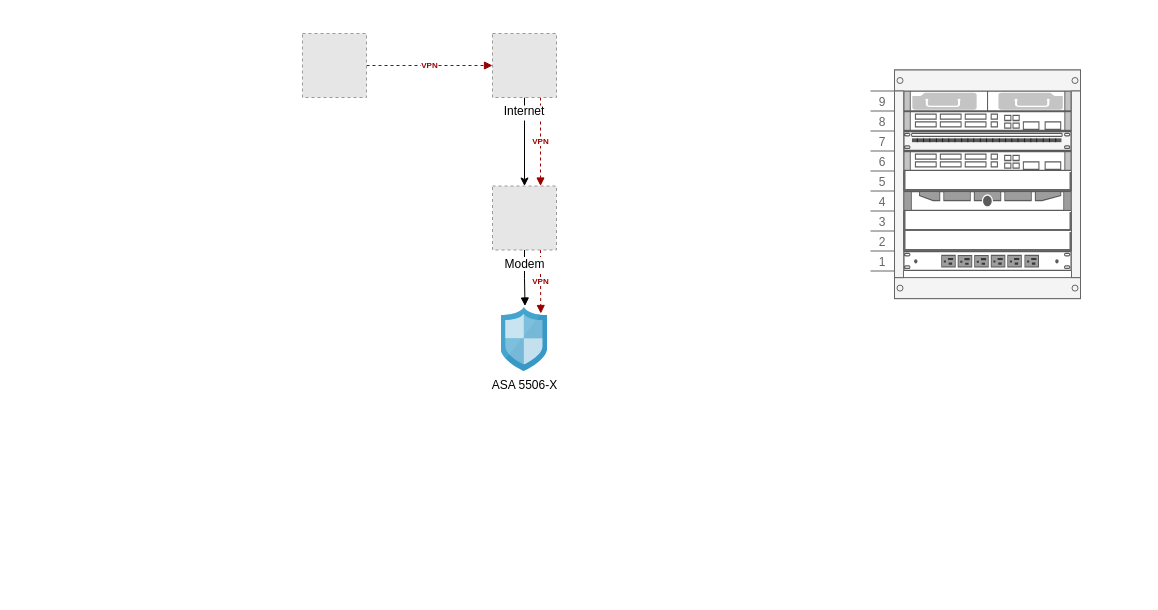
The draw.io diagram HomeLab.drawio in trae-horton/SOAR, before the edit. Source tidied: cells renumbered, new cells numbered last; positions are measured from the earlier drawing's top-left corner, leaving out a move shared by most shapes. Both pictures are drawn from the tidied source at 100%, with x=0, y=0 at pixel (302, 33). Pictures stored in the file or linked from it are replaced by grey dashed boxes.
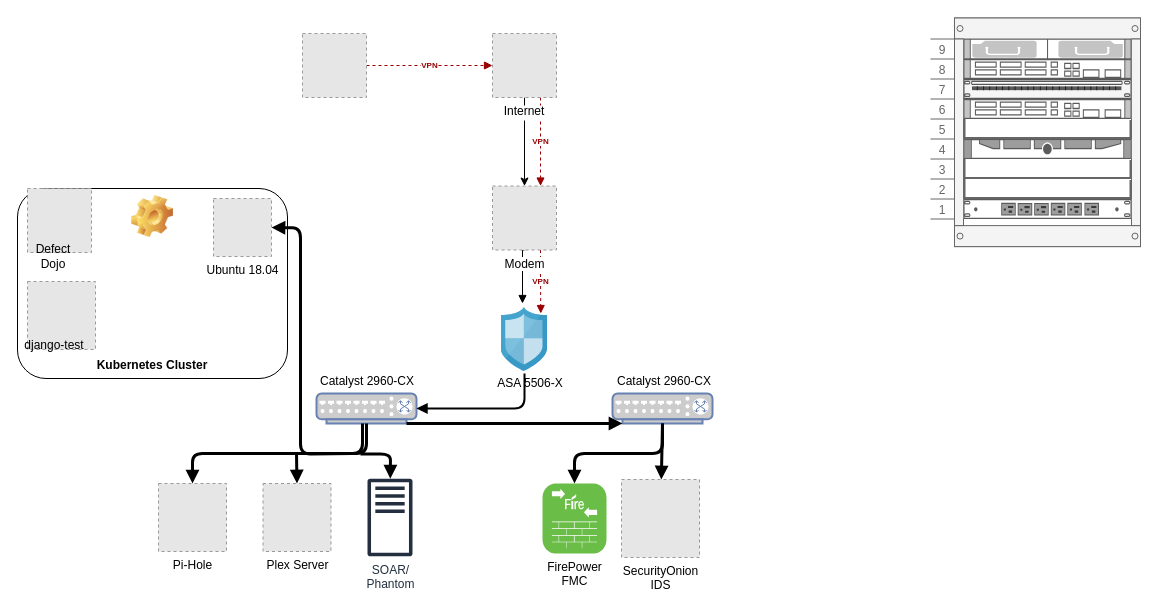
The same page after the edit.

Unchanged cells that the change refers to:
```xml
<mxCell id="7" value="Modem" style="fillColor=#E6E6E6;strokeColor=#999999;dashed=1;html=1;verticalAlign=top;verticalLabelPosition=bottom;labelBackgroundColor=#ffffff;" parent="1" vertex="1">
  <mxGeometry x="190" y="152.5" width="64" height="64" as="geometry" />
</mxCell>
```

The edit, as a diff of the source:
```diff
@@
+    <mxCell id="21" value="Kubernetes Cluster" style="label;whiteSpace=wrap;html=1;align=center;verticalAlign=bottom;spacingLeft=0;spacingBottom=4;imageAlign=center;imageVerticalAlign=top;image=img/clipart/Gear_128x128.png;" parent="1" vertex="1">
+      <mxGeometry x="-285" y="155" width="270" height="190" as="geometry" />
+    </mxCell>
@@
-    <mxCell id="6" style="edgeStyle=orthogonalEdgeStyle;rounded=0;jettySize=auto;html=1;exitX=0.5;exitY=1;exitDx=0;exitDy=0;endArrow=block;endFill=1;strokeColor=#000000;fontSize=8;fontColor=#990000;entryX=0.514;entryY=-0.023;entryDx=0;entryDy=0;entryPerimeter=0;" parent="1" edge="1" source="7" target="8">
+    <mxCell id="6" style="edgeStyle=orthogonalEdgeStyle;rounded=0;jettySize=auto;html=1;exitX=0.5;exitY=1;exitDx=0;exitDy=0;endArrow=block;endFill=1;strokeColor=#000000;fontSize=8;fontColor=#990000;" parent="1" edge="1" source="7">
       <mxGeometry relative="1" as="geometry">
+        <mxPoint x="220" y="270" as="targetPoint" />
         <Array as="points">
-          <mxPoint x="222" y="245" />
+          <mxPoint x="220" y="216" />
         </Array>
       </mxGeometry>
     </mxCell>
@@
-    <mxCell id="8" value="ASA 5506-X" style="html=1;perimeter=none;align=center;shadow=0;dashed=0;image;fontSize=12;image=img/lib/mscae/ShieldFirewall.svg;" parent="1" vertex="1">
+    <mxCell id="8" style="html=1;perimeter=none;align=center;shadow=0;dashed=0;image;fontSize=12;image=img/lib/mscae/ShieldFirewall.svg;" parent="1" vertex="1">
       <mxGeometry x="198.5" y="274" width="46.7" height="64" as="geometry" />
     </mxCell>
@@
     <mxCell id="11" style="strokeColor=#666666;html=1;verticalLabelPosition=bottom;labelBackgroundColor=#ffffff;verticalAlign=top;shadow=0;dashed=0;shape=mxgraph.rackGeneral.container;fillColor2=#f4f4f4;fillColor=#ffffff;allowGaps=1;textColor=#666666;numDisp=ascend;" parent="1" vertex="1">
-      <mxGeometry x="568" y="36.5" width="210" height="228.6" as="geometry" />
+      <mxGeometry x="628" y="-15.5" width="210" height="228.6" as="geometry" />
     </mxCell>
@@
+    <mxCell id="22" style="fontColor=#0066CC;verticalAlign=top;verticalLabelPosition=bottom;labelPosition=center;align=center;html=1;outlineConnect=0;fillColor=#CCCCCC;strokeColor=#6881B3;gradientColor=none;gradientDirection=north;strokeWidth=2;shape=mxgraph.networks.switch;" parent="1" vertex="1">
+      <mxGeometry x="14" y="360" width="100" height="30" as="geometry" />
+    </mxCell>
+    <mxCell id="23" style="fontColor=#0066CC;verticalAlign=top;verticalLabelPosition=bottom;labelPosition=center;align=center;html=1;outlineConnect=0;fillColor=#CCCCCC;strokeColor=#6881B3;gradientColor=none;gradientDirection=north;strokeWidth=2;shape=mxgraph.networks.switch;" parent="1" vertex="1">
+      <mxGeometry x="310" y="360" width="100" height="30" as="geometry" />
+    </mxCell>
+    <mxCell id="24" style="endArrow=block;html=1;entryX=1;entryY=0.5;entryDx=0;entryDy=0;entryPerimeter=0;endFill=1;strokeWidth=2;" parent="1" edge="1" target="22">
+      <mxGeometry relative="1" as="geometry">
+        <mxPoint x="222" y="340" as="sourcePoint" />
+        <Array as="points">
+          <mxPoint x="222" y="375" />
+        </Array>
+      </mxGeometry>
+    </mxCell>
+    <mxCell id="25" value="ASA 5506-X" style="text;html=1;strokeColor=none;fillColor=none;align=center;verticalAlign=middle;whiteSpace=wrap;rounded=0;" parent="1" vertex="1">
+      <mxGeometry x="188" y="340" width="80" height="20" as="geometry" />
+    </mxCell>
+    <mxCell id="26" value="Pi-Hole" style="fillColor=#E6E6E6;strokeColor=#999999;dashed=1;html=1;verticalAlign=top;verticalLabelPosition=bottom;labelBackgroundColor=#ffffff;" parent="1" vertex="1">
+      <mxGeometry x="-144" y="450" width="68" height="68" as="geometry" />
+    </mxCell>
+    <mxCell id="27" style="endArrow=block;html=1;strokeWidth=3;entryX=0.5;entryY=0;entryDx=0;entryDy=0;exitX=0.5;exitY=1;exitDx=0;exitDy=0;exitPerimeter=0;endFill=1;" parent="1" edge="1" source="22" target="26">
+      <mxGeometry relative="1" as="geometry">
+        <Array as="points">
+          <mxPoint x="64" y="420" />
+          <mxPoint x="-110" y="420" />
+        </Array>
+      </mxGeometry>
+    </mxCell>
+    <mxCell id="28" value="Plex Server" style="fillColor=#E6E6E6;strokeColor=#999999;dashed=1;html=1;verticalAlign=top;verticalLabelPosition=bottom;labelBackgroundColor=#ffffff;" parent="1" vertex="1">
+      <mxGeometry x="-39.5" y="450" width="68" height="68" as="geometry" />
+    </mxCell>
+    <mxCell id="29" style="endArrow=block;html=1;strokeWidth=3;entryX=0.5;entryY=0;entryDx=0;entryDy=0;endFill=1;" parent="1" edge="1" target="28">
+      <mxGeometry relative="1" as="geometry">
+        <mxPoint x="-6" y="420" as="sourcePoint" />
+      </mxGeometry>
+    </mxCell>
+    <mxCell id="30" value="SOAR/&lt;br&gt;Phantom" style="outlineConnect=0;fontColor=#232F3E;gradientColor=none;fillColor=#232F3E;strokeColor=none;dashed=0;verticalLabelPosition=bottom;verticalAlign=top;align=center;html=1;fontSize=12;fontStyle=0;shape=mxgraph.aws4.traditional_server;" parent="1" vertex="1">
+      <mxGeometry x="65" y="445" width="45" height="78" as="geometry" />
+    </mxCell>
+    <mxCell id="31" style="endArrow=block;html=1;strokeWidth=3;endFill=1;entryX=1;entryY=0.5;entryDx=0;entryDy=0;" parent="1" edge="1" target="40">
+      <mxGeometry relative="1" as="geometry">
+        <mxPoint x="60" y="390" as="sourcePoint" />
+        <Array as="points">
+          <mxPoint x="60" y="420" />
+          <mxPoint x="-2" y="420.5" />
+          <mxPoint x="-2" y="194.5" />
+        </Array>
+      </mxGeometry>
+    </mxCell>
+    <mxCell id="32" style="endArrow=block;html=1;strokeWidth=3;endFill=1;" parent="1" edge="1" target="30">
+      <mxGeometry relative="1" as="geometry">
+        <mxPoint x="58" y="420.5" as="sourcePoint" />
+        <Array as="points">
+          <mxPoint x="88" y="420.5" />
+        </Array>
+      </mxGeometry>
+    </mxCell>
+    <mxCell id="33" style="endArrow=block;html=1;strokeWidth=3;exitX=0.5;exitY=1;exitDx=0;exitDy=0;exitPerimeter=0;endFill=1;entryX=0.5;entryY=0;entryDx=0;entryDy=0;entryPerimeter=0;" parent="1" edge="1" source="23" target="34">
+      <mxGeometry relative="1" as="geometry">
+        <Array as="points">
+          <mxPoint x="360" y="420" />
+          <mxPoint x="272" y="420" />
+        </Array>
+      </mxGeometry>
+    </mxCell>
+    <mxCell id="34" value="FirePower&lt;br&gt;FMC" style="verticalLabelPosition=bottom;html=1;fillColor=#6ABD46;verticalAlign=top;align=center;points=[[0.06,0.06,0],[0.94,0.06,0],[0.94,0.94,0],[0.06,0.94,0],[0.25,0,0],[0.5,0,0],[0.75,0,0],[1,0.25,0],[1,0.5,0],[1,0.75,0],[0.75,1,0],[0.5,1,0],[0.25,1,0],[0,0.75,0],[0,0.5,0],[0,0.25,0]];shape=mxgraph.cisco_safe.architecture.firepower_appliance;" parent="1" vertex="1">
+      <mxGeometry x="240" y="450" width="64" height="70" as="geometry" />
+    </mxCell>
+    <mxCell id="35" style="endArrow=block;html=1;strokeWidth=3;entryX=0.1;entryY=1;entryDx=0;entryDy=0;entryPerimeter=0;exitX=0.9;exitY=1;exitDx=0;exitDy=0;exitPerimeter=0;endFill=1;" parent="1" edge="1" source="22" target="23">
+      <mxGeometry relative="1" as="geometry" />
+    </mxCell>
+    <mxCell id="36" value="Catalyst 2960-CX" style="text;html=1;strokeColor=none;fillColor=none;align=center;verticalAlign=middle;whiteSpace=wrap;rounded=0;" parent="1" vertex="1">
+      <mxGeometry x="7" y="338" width="116" height="20" as="geometry" />
+    </mxCell>
+    <mxCell id="37" value="Catalyst 2960-CX" style="text;html=1;strokeColor=none;fillColor=none;align=center;verticalAlign=middle;whiteSpace=wrap;rounded=0;" parent="1" vertex="1">
+      <mxGeometry x="304" y="338" width="116" height="20" as="geometry" />
+    </mxCell>
+    <mxCell id="38" value="SecurityOnion&lt;br&gt;IDS" style="fillColor=#E6E6E6;strokeColor=#999999;dashed=1;html=1;verticalAlign=top;verticalLabelPosition=bottom;labelBackgroundColor=#ffffff;" parent="1" vertex="1">
+      <mxGeometry x="319" y="446" width="78" height="78" as="geometry" />
+    </mxCell>
+    <mxCell id="39" style="endArrow=block;html=1;strokeWidth=3;endFill=1;" parent="1" edge="1" target="38">
+      <mxGeometry relative="1" as="geometry">
+        <mxPoint x="360" y="390" as="sourcePoint" />
+      </mxGeometry>
+    </mxCell>
+    <mxCell id="40" value="Ubuntu 18.04" style="fillColor=#E6E6E6;strokeColor=#999999;dashed=1;html=1;verticalAlign=top;verticalLabelPosition=bottom;labelBackgroundColor=#ffffff;" parent="1" vertex="1">
+      <mxGeometry x="-89" y="165" width="58" height="58" as="geometry" />
+    </mxCell>
+    <mxCell id="41" style="fillColor=#E6E6E6;strokeColor=#999999;dashed=1;html=1;verticalAlign=top;verticalLabelPosition=bottom;labelBackgroundColor=#ffffff;" parent="1" vertex="1">
+      <mxGeometry x="-275" y="155" width="64" height="64" as="geometry" />
+    </mxCell>
+    <mxCell id="42" style="fillColor=#E6E6E6;strokeColor=#999999;dashed=1;html=1;verticalAlign=top;verticalLabelPosition=bottom;labelBackgroundColor=#ffffff;" parent="1" vertex="1">
+      <mxGeometry x="-275" y="248" width="68" height="68" as="geometry" />
+    </mxCell>
+    <mxCell id="43" value="Defect&lt;br&gt;Dojo" style="text;html=1;strokeColor=none;fillColor=none;align=center;verticalAlign=middle;whiteSpace=wrap;rounded=0;" parent="1" vertex="1">
+      <mxGeometry x="-269" y="213" width="40" height="20" as="geometry" />
+    </mxCell>
+    <mxCell id="44" value="django-test" style="text;html=1;strokeColor=none;fillColor=none;align=center;verticalAlign=middle;whiteSpace=wrap;rounded=0;" parent="1" vertex="1">
+      <mxGeometry x="-283" y="302" width="70" height="20" as="geometry" />
+    </mxCell>
```
